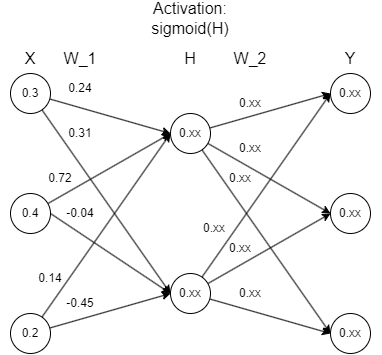
Before: content/nn_matrix_values.drawio.png, a diagram exported from draw.io (arsenaultk9/ml-pytorch-tutorials). Source tidied: cells renumbered, new cells last; positions are measured from the earlier drawing's top-left corner, leaving out a move shared by most shapes.
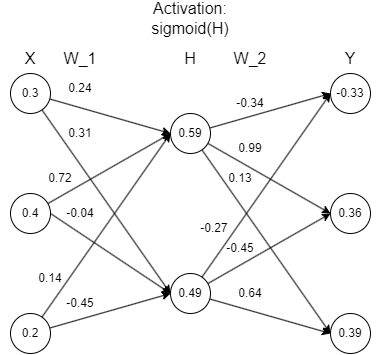
The same diagram one commit later.

Commit message:
Calcul matricielle neural network.

Diff of the diagram source:
```diff
@@ -38,7 +38,7 @@
     <mxCell id="13" style="edgeStyle=none;html=1;entryX=0;entryY=0.5;entryDx=0;entryDy=0;" parent="1" edge="1" source="14" target="21">
       <mxGeometry relative="1" as="geometry" />
     </mxCell>
-    <mxCell id="14" value="0.xx" style="ellipse;whiteSpace=wrap;html=1;" parent="1" vertex="1">
+    <mxCell id="14" value="0.59" style="ellipse;whiteSpace=wrap;html=1;" parent="1" vertex="1">
       <mxGeometry x="170" y="110" width="40" height="40" as="geometry" />
     </mxCell>
     <mxCell id="15" style="edgeStyle=none;html=1;entryX=0;entryY=0.5;entryDx=0;entryDy=0;" parent="1" edge="1" source="18" target="19">
@@ -50,16 +50,16 @@
     <mxCell id="17" style="edgeStyle=none;html=1;entryX=0;entryY=0.5;entryDx=0;entryDy=0;" parent="1" edge="1" source="18" target="21">
       <mxGeometry relative="1" as="geometry" />
     </mxCell>
-    <mxCell id="18" value="0.xx" style="ellipse;whiteSpace=wrap;html=1;" parent="1" vertex="1">
+    <mxCell id="18" value="0.49" style="ellipse;whiteSpace=wrap;html=1;" parent="1" vertex="1">
       <mxGeometry x="170" y="270" width="40" height="40" as="geometry" />
     </mxCell>
-    <mxCell id="19" value="0.xx" style="ellipse;whiteSpace=wrap;html=1;" parent="1" vertex="1">
+    <mxCell id="19" value="-0.33" style="ellipse;whiteSpace=wrap;html=1;" parent="1" vertex="1">
       <mxGeometry x="330" y="70" width="40" height="40" as="geometry" />
     </mxCell>
-    <mxCell id="20" value="0.xx" style="ellipse;whiteSpace=wrap;html=1;" parent="1" vertex="1">
+    <mxCell id="20" value="0.36" style="ellipse;whiteSpace=wrap;html=1;" parent="1" vertex="1">
       <mxGeometry x="330" y="190" width="40" height="40" as="geometry" />
     </mxCell>
-    <mxCell id="21" value="0.xx" style="ellipse;whiteSpace=wrap;html=1;" parent="1" vertex="1">
+    <mxCell id="21" value="0.39" style="ellipse;whiteSpace=wrap;html=1;" parent="1" vertex="1">
       <mxGeometry x="330" y="310" width="40" height="40" as="geometry" />
     </mxCell>
     <mxCell id="22" value="0.24" style="text;html=1;strokeColor=none;fillColor=none;align=center;verticalAlign=middle;whiteSpace=wrap;rounded=0;fontSize=12;" parent="1" vertex="1">
@@ -80,22 +80,22 @@
     <mxCell id="27" value="-0.04" style="text;html=1;strokeColor=none;fillColor=none;align=center;verticalAlign=middle;whiteSpace=wrap;rounded=0;fontSize=12;" parent="1" vertex="1">
       <mxGeometry x="50" y="195" width="60" height="30" as="geometry" />
     </mxCell>
-    <mxCell id="28" value="0.xx" style="text;html=1;strokeColor=none;fillColor=none;align=center;verticalAlign=middle;whiteSpace=wrap;rounded=0;fontSize=12;" parent="1" vertex="1">
+    <mxCell id="28" value="-0.34" style="text;html=1;strokeColor=none;fillColor=none;align=center;verticalAlign=middle;whiteSpace=wrap;rounded=0;fontSize=12;" parent="1" vertex="1">
       <mxGeometry x="220" y="85" width="60" height="30" as="geometry" />
     </mxCell>
-    <mxCell id="29" value="0.xx" style="text;html=1;strokeColor=none;fillColor=none;align=center;verticalAlign=middle;whiteSpace=wrap;rounded=0;fontSize=12;" parent="1" vertex="1">
+    <mxCell id="29" value="0.99" style="text;html=1;strokeColor=none;fillColor=none;align=center;verticalAlign=middle;whiteSpace=wrap;rounded=0;fontSize=12;" parent="1" vertex="1">
       <mxGeometry x="220" y="130" width="60" height="30" as="geometry" />
     </mxCell>
-    <mxCell id="30" value="0.xx" style="text;html=1;strokeColor=none;fillColor=none;align=center;verticalAlign=middle;whiteSpace=wrap;rounded=0;fontSize=12;" parent="1" vertex="1">
+    <mxCell id="30" value="0.13" style="text;html=1;strokeColor=none;fillColor=none;align=center;verticalAlign=middle;whiteSpace=wrap;rounded=0;fontSize=12;" parent="1" vertex="1">
       <mxGeometry x="210" y="160" width="60" height="30" as="geometry" />
     </mxCell>
-    <mxCell id="31" value="0.xx" style="text;html=1;strokeColor=none;fillColor=none;align=center;verticalAlign=middle;whiteSpace=wrap;rounded=0;fontSize=12;" parent="1" vertex="1">
+    <mxCell id="31" value="-0.27" style="text;html=1;strokeColor=none;fillColor=none;align=center;verticalAlign=middle;whiteSpace=wrap;rounded=0;fontSize=12;" parent="1" vertex="1">
       <mxGeometry x="184" y="210" width="60" height="30" as="geometry" />
     </mxCell>
-    <mxCell id="32" value="0.xx" style="text;html=1;strokeColor=none;fillColor=none;align=center;verticalAlign=middle;whiteSpace=wrap;rounded=0;fontSize=12;" parent="1" vertex="1">
+    <mxCell id="32" value="-0.45" style="text;html=1;strokeColor=none;fillColor=none;align=center;verticalAlign=middle;whiteSpace=wrap;rounded=0;fontSize=12;" parent="1" vertex="1">
       <mxGeometry x="210" y="230" width="60" height="30" as="geometry" />
     </mxCell>
-    <mxCell id="33" value="0.xx" style="text;html=1;strokeColor=none;fillColor=none;align=center;verticalAlign=middle;whiteSpace=wrap;rounded=0;fontSize=12;" parent="1" vertex="1">
+    <mxCell id="33" value="0.64" style="text;html=1;strokeColor=none;fillColor=none;align=center;verticalAlign=middle;whiteSpace=wrap;rounded=0;fontSize=12;" parent="1" vertex="1">
       <mxGeometry x="220" y="275" width="60" height="30" as="geometry" />
     </mxCell>
     <mxCell id="34" value="X" style="text;html=1;strokeColor=none;fillColor=none;align=center;verticalAlign=middle;whiteSpace=wrap;rounded=0;fontSize=16;" parent="1" vertex="1">
```
